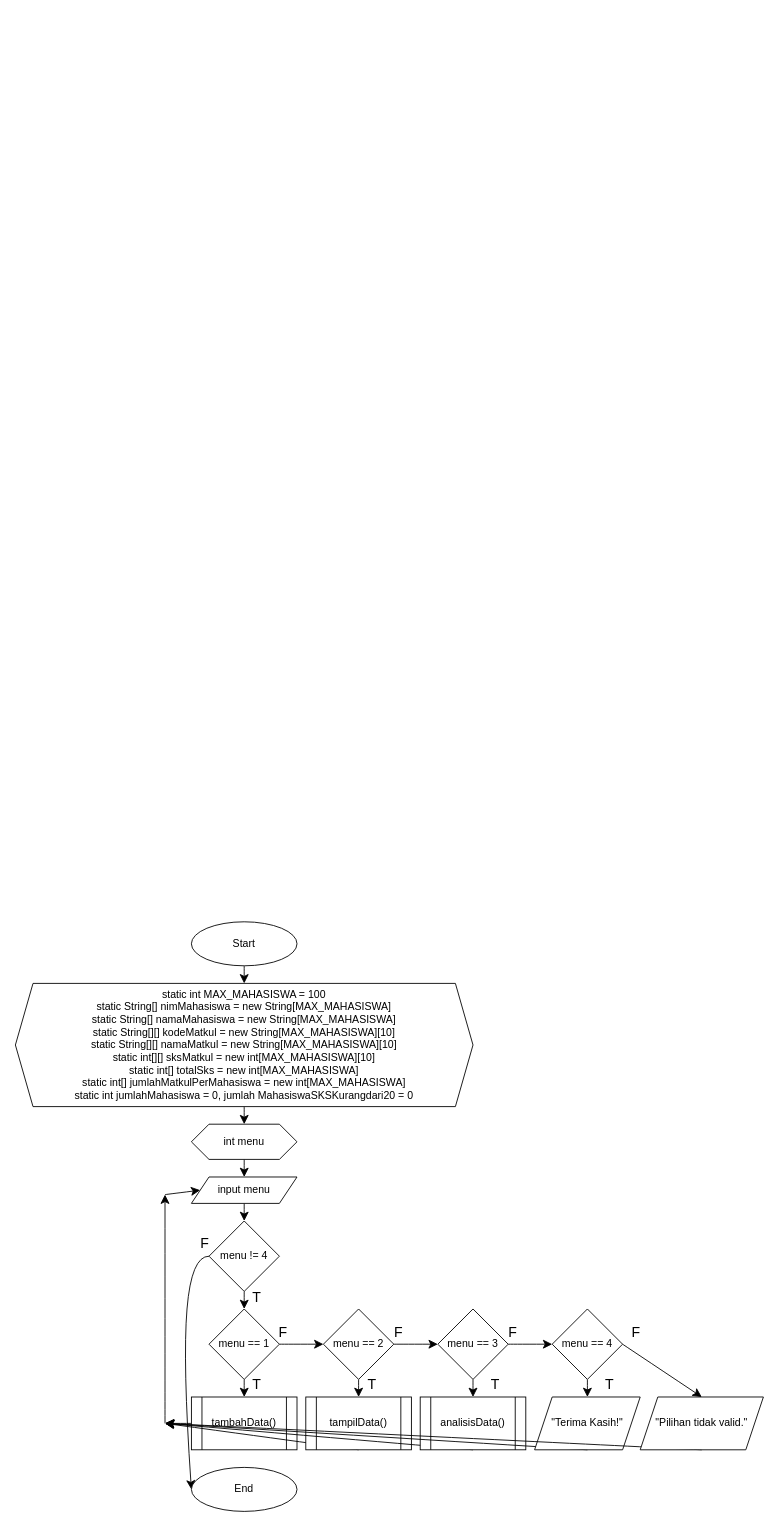
Earlier version of the draw.io diagram page "Main" (1 of 4) of flowchart kelompok 7.drawio (Dzaky-Hadyan/project-besar-daspro). Source tidied: cells renumbered, new cells numbered last; positions are measured from the earlier drawing's top-left corner, leaving out a move shared by most shapes. Both pictures are drawn from the tidied source at 88%, with x=0, y=0 at pixel (15, 921).
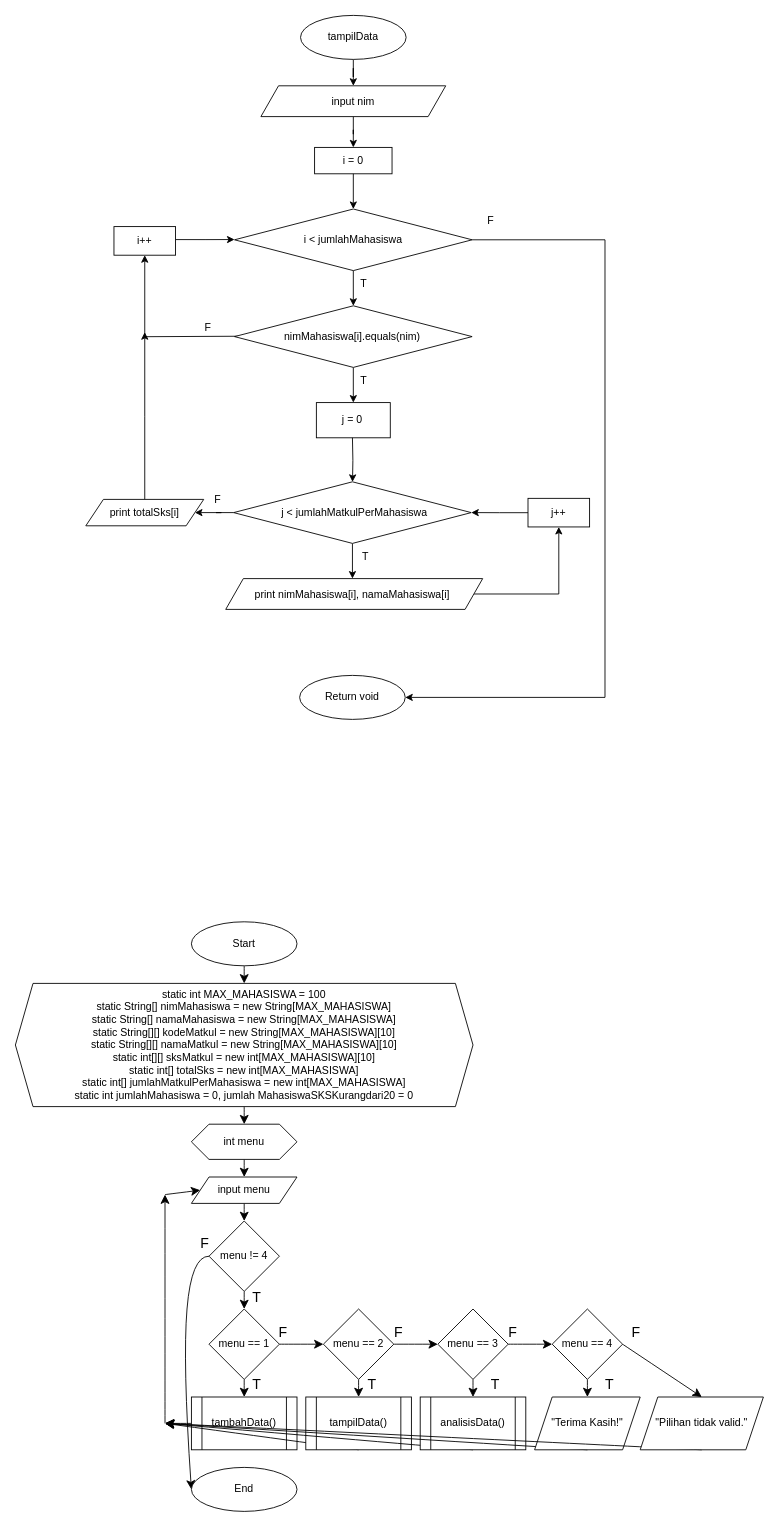
Above is the later version.

Diff of the diagram source:
```diff
@@
+    <mxCell id="48" style="edgeStyle=orthogonalEdgeStyle;rounded=0;jettySize=auto;html=1;" parent="1" edge="1" source="49" target="51">
+      <mxGeometry relative="1" as="geometry" />
+    </mxCell>
+    <mxCell id="49" value="tampilData" style="ellipse;whiteSpace=wrap;html=1;" parent="1" vertex="1">
+      <mxGeometry x="324" y="-1030" width="120" height="50" as="geometry" />
+    </mxCell>
+    <mxCell id="50" style="edgeStyle=orthogonalEdgeStyle;rounded=0;jettySize=auto;html=1;" parent="1" edge="1" source="51" target="52">
+      <mxGeometry relative="1" as="geometry" />
+    </mxCell>
+    <mxCell id="51" style="shape=parallelogram;perimeter=parallelogramPerimeter;whiteSpace=wrap;html=1;fixedSize=1;" parent="1" vertex="1">
+      <mxGeometry x="279" y="-950" width="210" height="35" as="geometry" />
+    </mxCell>
+    <mxCell id="52" style="whiteSpace=wrap;html=1;" parent="1" vertex="1">
+      <mxGeometry x="340" y="-880" width="88" height="30" as="geometry" />
+    </mxCell>
+    <mxCell id="53" style="edgeStyle=orthogonalEdgeStyle;rounded=0;jettySize=auto;html=1;" parent="1" edge="1" source="54" target="58">
+      <mxGeometry relative="1" as="geometry" />
+    </mxCell>
+    <mxCell id="54" value="i = 0" style="text;html=1;align=center;verticalAlign=middle;whiteSpace=wrap;rounded=0;" parent="1" vertex="1">
+      <mxGeometry x="354" y="-880" width="60" height="30" as="geometry" />
+    </mxCell>
+    <mxCell id="55" value="input nim" style="text;html=1;align=center;verticalAlign=middle;whiteSpace=wrap;rounded=0;" parent="1" vertex="1">
+      <mxGeometry x="354" y="-947.5" width="60" height="30" as="geometry" />
+    </mxCell>
+    <mxCell id="56" style="edgeStyle=orthogonalEdgeStyle;rounded=0;jettySize=auto;html=1;" parent="1" edge="1" source="58" target="62">
+      <mxGeometry relative="1" as="geometry" />
+    </mxCell>
+    <mxCell id="57" style="edgeStyle=orthogonalEdgeStyle;rounded=0;jettySize=auto;html=1;entryX=1;entryY=0.5;entryDx=0;entryDy=0;" parent="1" edge="1" source="58" target="85">
+      <mxGeometry relative="1" as="geometry">
+        <Array as="points">
+          <mxPoint x="670" y="-775" />
+          <mxPoint x="670" y="-255" />
+        </Array>
+      </mxGeometry>
+    </mxCell>
+    <mxCell id="58" style="rhombus;whiteSpace=wrap;html=1;" parent="1" vertex="1">
+      <mxGeometry x="249" y="-810" width="270" height="70" as="geometry" />
+    </mxCell>
+    <mxCell id="59" value="i &amp;lt; jumlahMahasiswa" style="text;html=1;align=center;verticalAlign=middle;whiteSpace=wrap;rounded=0;" parent="1" vertex="1">
+      <mxGeometry x="304" y="-790" width="160" height="30" as="geometry" />
+    </mxCell>
+    <mxCell id="60" style="edgeStyle=orthogonalEdgeStyle;rounded=0;jettySize=auto;html=1;" parent="1" edge="1" source="62" target="64">
+      <mxGeometry relative="1" as="geometry" />
+    </mxCell>
+    <mxCell id="61" style="edgeStyle=orthogonalEdgeStyle;rounded=0;jettySize=auto;html=1;entryX=0.5;entryY=1;entryDx=0;entryDy=0;" parent="1" edge="1" target="84">
+      <mxGeometry relative="1" as="geometry">
+        <mxPoint x="253" y="-665.4" as="sourcePoint" />
+      </mxGeometry>
+    </mxCell>
+    <mxCell id="62" style="rhombus;whiteSpace=wrap;html=1;" parent="1" vertex="1">
+      <mxGeometry x="249" y="-700" width="270" height="70" as="geometry" />
+    </mxCell>
+    <mxCell id="63" value="nimMahasiswa[i].equals(nim)" style="text;html=1;align=center;verticalAlign=middle;whiteSpace=wrap;rounded=0;" parent="1" vertex="1">
+      <mxGeometry x="353" y="-680" width="60" height="30" as="geometry" />
+    </mxCell>
+    <mxCell id="64" style="whiteSpace=wrap;html=1;" parent="1" vertex="1">
+      <mxGeometry x="342" y="-590" width="84" height="40" as="geometry" />
+    </mxCell>
+    <mxCell id="65" style="edgeStyle=orthogonalEdgeStyle;rounded=0;orthogonalLoop=1;jettySize=auto;html=1;" parent="1" edge="1">
+      <mxGeometry relative="1" as="geometry">
+        <mxPoint x="383" y="-550" as="sourcePoint" />
+        <mxPoint x="383.1" y="-499.9" as="targetPoint" />
+      </mxGeometry>
+    </mxCell>
+    <mxCell id="66" value="j = 0" style="text;html=1;align=center;verticalAlign=middle;whiteSpace=wrap;rounded=0;" parent="1" vertex="1">
+      <mxGeometry x="353" y="-585" width="60" height="30" as="geometry" />
+    </mxCell>
+    <mxCell id="67" style="edgeStyle=orthogonalEdgeStyle;rounded=0;jettySize=auto;html=1;" parent="1" edge="1" source="69">
+      <mxGeometry relative="1" as="geometry">
+        <mxPoint x="383" y="-390" as="targetPoint" />
+      </mxGeometry>
+    </mxCell>
+    <mxCell id="68" style="edgeStyle=orthogonalEdgeStyle;rounded=0;jettySize=auto;html=1;" parent="1" edge="1" source="69" target="81">
+      <mxGeometry relative="1" as="geometry" />
+    </mxCell>
+    <mxCell id="69" style="rhombus;whiteSpace=wrap;html=1;" parent="1" vertex="1">
+      <mxGeometry x="248" y="-500" width="270" height="70" as="geometry" />
+    </mxCell>
+    <mxCell id="70" value="j &amp;lt; jumlahMatkulPerMahasiswa" style="text;html=1;align=center;verticalAlign=middle;whiteSpace=wrap;rounded=0;" parent="1" vertex="1">
+      <mxGeometry x="271.5" y="-480" width="227" height="30" as="geometry" />
+    </mxCell>
+    <mxCell id="71" style="edgeStyle=orthogonalEdgeStyle;rounded=0;jettySize=auto;html=1;entryX=0.5;entryY=1;entryDx=0;entryDy=0;" parent="1" edge="1" source="72" target="74">
+      <mxGeometry relative="1" as="geometry" />
+    </mxCell>
+    <mxCell id="72" style="shape=parallelogram;perimeter=parallelogramPerimeter;whiteSpace=wrap;html=1;fixedSize=1;" parent="1" vertex="1">
+      <mxGeometry x="239" y="-390" width="292" height="35" as="geometry" />
+    </mxCell>
+    <mxCell id="73" style="edgeStyle=orthogonalEdgeStyle;rounded=0;jettySize=auto;html=1;entryX=1;entryY=0.5;entryDx=0;entryDy=0;" parent="1" edge="1" source="74" target="69">
+      <mxGeometry relative="1" as="geometry" />
+    </mxCell>
+    <mxCell id="74" style="whiteSpace=wrap;html=1;" parent="1" vertex="1">
+      <mxGeometry x="582.5" y="-481.2" width="70" height="32.5" as="geometry" />
+    </mxCell>
+    <mxCell id="75" value="j++" style="text;html=1;align=center;verticalAlign=middle;whiteSpace=wrap;rounded=0;" parent="1" vertex="1">
+      <mxGeometry x="585" y="-472.5" width="65" height="15" as="geometry" />
+    </mxCell>
+    <mxCell id="76" value="print nimMahasiswa[i], namaMahasiswa[i]" style="text;html=1;align=center;verticalAlign=middle;whiteSpace=wrap;rounded=0;" parent="1" vertex="1">
+      <mxGeometry x="253" y="-387.5" width="260" height="30" as="geometry" />
+    </mxCell>
+    <mxCell id="77" value="T" style="text;html=1;align=center;verticalAlign=middle;whiteSpace=wrap;rounded=0;" parent="1" vertex="1">
+      <mxGeometry x="368" y="-430" width="60" height="30" as="geometry" />
+    </mxCell>
+    <mxCell id="78" value="T" style="text;html=1;align=center;verticalAlign=middle;whiteSpace=wrap;rounded=0;" parent="1" vertex="1">
+      <mxGeometry x="366" y="-630" width="60" height="30" as="geometry" />
+    </mxCell>
+    <mxCell id="79" value="T" style="text;html=1;align=center;verticalAlign=middle;whiteSpace=wrap;rounded=0;" parent="1" vertex="1">
+      <mxGeometry x="366" y="-740" width="60" height="30" as="geometry" />
+    </mxCell>
+    <mxCell id="80" style="edgeStyle=orthogonalEdgeStyle;rounded=0;jettySize=auto;html=1;" parent="1" edge="1" source="81">
+      <mxGeometry relative="1" as="geometry">
+        <mxPoint x="147" y="-670" as="targetPoint" />
+      </mxGeometry>
+    </mxCell>
+    <mxCell id="81" value="print totalSks[i]" style="shape=parallelogram;perimeter=parallelogramPerimeter;whiteSpace=wrap;html=1;fixedSize=1;" parent="1" vertex="1">
+      <mxGeometry x="80" y="-480" width="134" height="30" as="geometry" />
+    </mxCell>
+    <mxCell id="82" value="F" style="text;html=1;align=center;verticalAlign=middle;whiteSpace=wrap;rounded=0;" parent="1" vertex="1">
+      <mxGeometry x="189" y="-690" width="60" height="30" as="geometry" />
+    </mxCell>
+    <mxCell id="83" style="edgeStyle=orthogonalEdgeStyle;rounded=0;jettySize=auto;html=1;exitX=0.999;exitY=0.454;exitDx=0;exitDy=0;exitPerimeter=0;" parent="1" edge="1" source="84">
+      <mxGeometry relative="1" as="geometry">
+        <mxPoint x="249" y="-775.3" as="targetPoint" />
+      </mxGeometry>
+    </mxCell>
+    <mxCell id="84" value="i++" style="whiteSpace=wrap;html=1;" parent="1" vertex="1">
+      <mxGeometry x="112" y="-790" width="70" height="32.5" as="geometry" />
+    </mxCell>
+    <mxCell id="85" value="Return void" style="ellipse;whiteSpace=wrap;html=1;" parent="1" vertex="1">
+      <mxGeometry x="323" y="-280" width="120" height="50" as="geometry" />
+    </mxCell>
+    <mxCell id="86" value="F" style="text;html=1;align=center;verticalAlign=middle;strokeColor=none;fillColor=none;" parent="1" vertex="1">
+      <mxGeometry x="525" y="-812" width="30" height="30" as="geometry" />
+    </mxCell>
+    <mxCell id="87" value="F" style="text;html=1;align=center;verticalAlign=middle;whiteSpace=wrap;rounded=0;" parent="1" vertex="1">
+      <mxGeometry x="200" y="-487.5" width="60" height="17.5" as="geometry" />
+    </mxCell>
```
